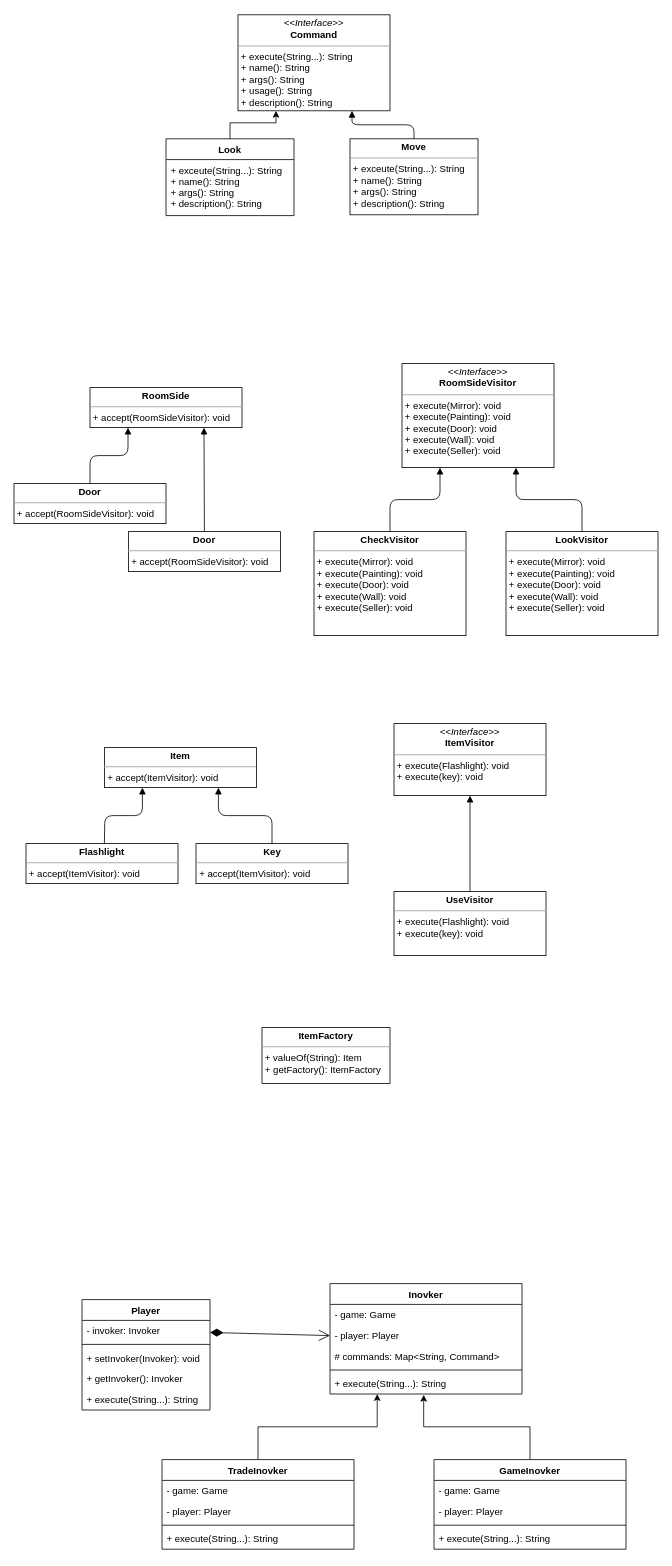
Above: Report/dp.drawio in MohammadShakhatreh/wn-server (draw.io), before the change. Source tidied: cells renumbered, new cells numbered last; positions are measured from the earlier drawing's top-left corner, leaving out a move shared by most shapes. Both pictures are drawn from the tidied source at 80%, with x=0, y=0 at pixel (14, 14).
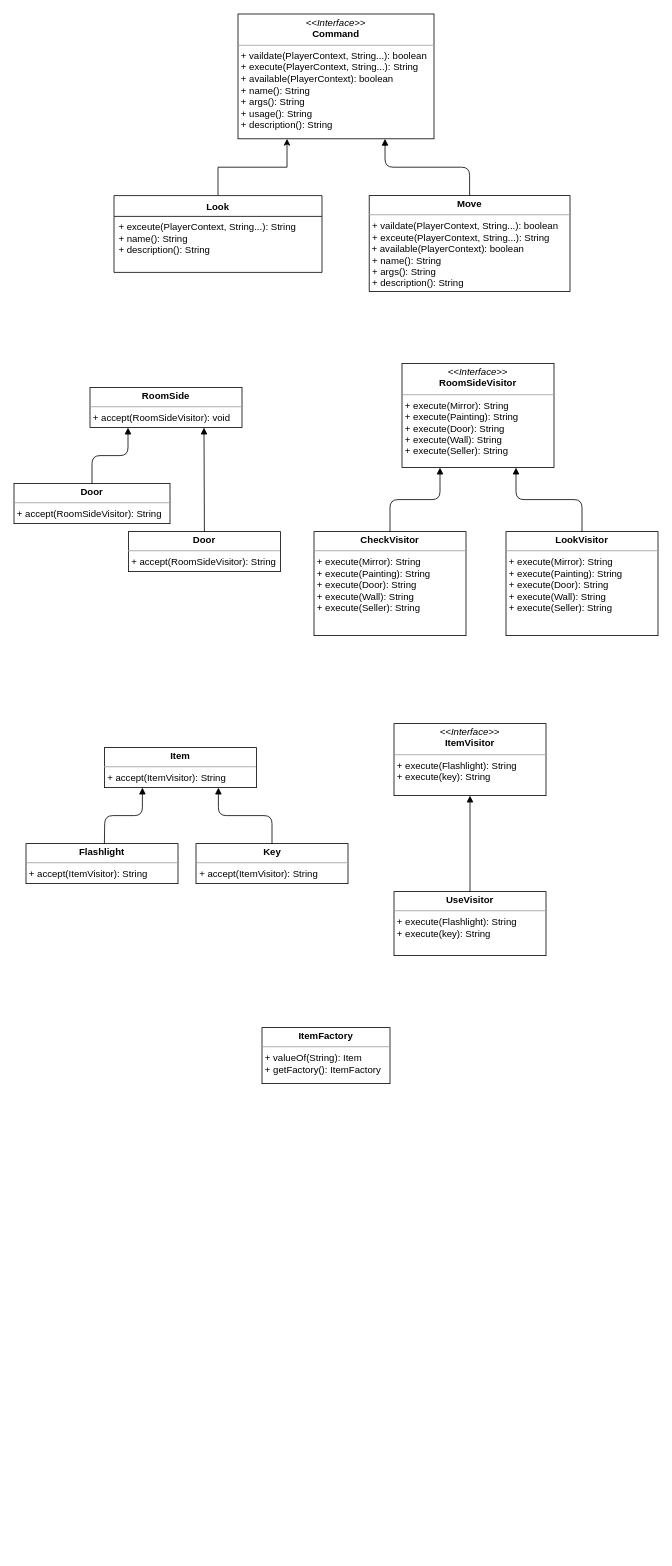
The same diagram, later.

The edit, as a diff of the source:
```diff
@@
-    <mxCell id="2" value="&lt;p style=&quot;margin: 0px ; margin-top: 4px ; text-align: center&quot;&gt;&lt;i&gt;&amp;lt;&amp;lt;Interface&amp;gt;&amp;gt;&lt;/i&gt;&lt;br&gt;&lt;b&gt;Command&lt;/b&gt;&lt;/p&gt;&lt;hr size=&quot;1&quot;&gt;&lt;p style=&quot;margin: 0px ; margin-left: 4px&quot;&gt;+ execute(String...): String&lt;br&gt;+ name(): String&lt;/p&gt;&lt;p style=&quot;margin: 0px ; margin-left: 4px&quot;&gt;+ args(): String&lt;br&gt;&lt;/p&gt;&lt;p style=&quot;margin: 0px ; margin-left: 4px&quot;&gt;+ usage(): String&lt;br&gt;&lt;/p&gt;&lt;p style=&quot;margin: 0px ; margin-left: 4px&quot;&gt;+ description(): String&lt;/p&gt;" style="verticalAlign=top;align=left;overflow=fill;fontSize=12;fontFamily=Helvetica;html=1;" parent="1" vertex="1">
-      <mxGeometry x="280" width="190" height="120" as="geometry" />
+    <mxCell id="2" value="&lt;p style=&quot;margin: 0px ; margin-top: 4px ; text-align: center&quot;&gt;&lt;i&gt;&amp;lt;&amp;lt;Interface&amp;gt;&amp;gt;&lt;/i&gt;&lt;br&gt;&lt;b&gt;Command&lt;/b&gt;&lt;/p&gt;&lt;hr size=&quot;1&quot;&gt;&lt;p style=&quot;margin: 0px ; margin-left: 4px&quot;&gt;+ vaildate(PlayerContext, String...): boolean&lt;/p&gt;&lt;p style=&quot;margin: 0px ; margin-left: 4px&quot;&gt;+ execute(PlayerContext, String...): String&lt;/p&gt;&lt;p style=&quot;margin: 0px ; margin-left: 4px&quot;&gt;+ available(PlayerContext): boolean&lt;br&gt;+ name(): String&lt;/p&gt;&lt;p style=&quot;margin: 0px ; margin-left: 4px&quot;&gt;+ args(): String&lt;br&gt;&lt;/p&gt;&lt;p style=&quot;margin: 0px ; margin-left: 4px&quot;&gt;+ usage(): String&lt;br&gt;&lt;/p&gt;&lt;p style=&quot;margin: 0px ; margin-left: 4px&quot;&gt;+ description(): String&lt;/p&gt;" style="verticalAlign=top;align=left;overflow=fill;fontSize=12;fontFamily=Helvetica;html=1;" parent="1" vertex="1">
+      <mxGeometry x="280" y="-1" width="245" height="156" as="geometry" />
     </mxCell>
-    <mxCell id="3" value="&lt;p style=&quot;margin: 0px ; margin-top: 4px ; text-align: center&quot;&gt;&lt;b&gt;Move&lt;/b&gt;&lt;/p&gt;&lt;hr size=&quot;1&quot;&gt;&lt;p style=&quot;margin: 0px ; margin-left: 4px&quot;&gt;+ exceute(String...): String&lt;/p&gt;&lt;p style=&quot;margin: 0px 0px 0px 4px&quot;&gt;+ name(): String&lt;/p&gt;&lt;p style=&quot;margin: 0px 0px 0px 4px&quot;&gt;+ args(): String&lt;/p&gt;&lt;p style=&quot;margin: 0px 0px 0px 4px&quot;&gt;+ description(): String&lt;/p&gt;" style="verticalAlign=top;align=left;overflow=fill;fontSize=12;fontFamily=Helvetica;html=1;" parent="1" vertex="1">
-      <mxGeometry x="420" y="155" width="160" height="95" as="geometry" />
+    <mxCell id="3" value="&lt;p style=&quot;margin: 0px ; margin-top: 4px ; text-align: center&quot;&gt;&lt;b&gt;Move&lt;/b&gt;&lt;/p&gt;&lt;hr size=&quot;1&quot;&gt;&lt;p style=&quot;margin: 0px ; margin-left: 4px&quot;&gt;+ vaildate(PlayerContext, String...): boolean&lt;br&gt;&lt;/p&gt;&lt;p style=&quot;margin: 0px ; margin-left: 4px&quot;&gt;+ exceute(PlayerContext, String...): String&lt;/p&gt;&amp;nbsp;+ available(PlayerContext): boolean&lt;p style=&quot;margin: 0px 0px 0px 4px&quot;&gt;+ name(): String&lt;/p&gt;&lt;p style=&quot;margin: 0px 0px 0px 4px&quot;&gt;+ args(): String&lt;/p&gt;&lt;p style=&quot;margin: 0px 0px 0px 4px&quot;&gt;+ description(): String&lt;/p&gt;" style="verticalAlign=top;align=left;overflow=fill;fontSize=12;fontFamily=Helvetica;html=1;" parent="1" vertex="1">
+      <mxGeometry x="444" y="226" width="251" height="120" as="geometry" />
     </mxCell>
@@
-    <mxCell id="7" value="&lt;p style=&quot;margin: 0px ; margin-top: 4px ; text-align: center&quot;&gt;&lt;i&gt;&amp;lt;&amp;lt;Interface&amp;gt;&amp;gt;&lt;/i&gt;&lt;br&gt;&lt;b&gt;RoomSideVisitor&lt;/b&gt;&lt;/p&gt;&lt;hr size=&quot;1&quot;&gt;&lt;p style=&quot;margin: 0px ; margin-left: 4px&quot;&gt;+ execute(Mirror): void&lt;/p&gt;&lt;p style=&quot;margin: 0px ; margin-left: 4px&quot;&gt;+ execute(Painting): void&lt;br&gt;&lt;/p&gt;&lt;p style=&quot;margin: 0px ; margin-left: 4px&quot;&gt;+ execute(Door): void&lt;br&gt;&lt;/p&gt;&lt;p style=&quot;margin: 0px ; margin-left: 4px&quot;&gt;+ execute(Wall): void&lt;br&gt;&lt;/p&gt;&lt;p style=&quot;margin: 0px ; margin-left: 4px&quot;&gt;+ execute(Seller): void&lt;br&gt;&lt;/p&gt;" style="verticalAlign=top;align=left;overflow=fill;fontSize=12;fontFamily=Helvetica;html=1;" parent="1" vertex="1">
+    <mxCell id="7" value="&lt;p style=&quot;margin: 0px ; margin-top: 4px ; text-align: center&quot;&gt;&lt;i&gt;&amp;lt;&amp;lt;Interface&amp;gt;&amp;gt;&lt;/i&gt;&lt;br&gt;&lt;b&gt;RoomSideVisitor&lt;/b&gt;&lt;/p&gt;&lt;hr size=&quot;1&quot;&gt;&lt;p style=&quot;margin: 0px ; margin-left: 4px&quot;&gt;+ execute(Mirror): String&lt;/p&gt;&lt;p style=&quot;margin: 0px ; margin-left: 4px&quot;&gt;+ execute(Painting): String&lt;br&gt;&lt;/p&gt;&lt;p style=&quot;margin: 0px ; margin-left: 4px&quot;&gt;+ execute(Door): String&lt;br&gt;&lt;/p&gt;&lt;p style=&quot;margin: 0px ; margin-left: 4px&quot;&gt;+ execute(Wall): String&lt;br&gt;&lt;/p&gt;&lt;p style=&quot;margin: 0px ; margin-left: 4px&quot;&gt;+ execute(Seller): String&lt;br&gt;&lt;/p&gt;" style="verticalAlign=top;align=left;overflow=fill;fontSize=12;fontFamily=Helvetica;html=1;" parent="1" vertex="1">
       <mxGeometry x="485" y="436" width="190" height="130" as="geometry" />
     </mxCell>
-    <mxCell id="8" value="&lt;p style=&quot;margin: 0px ; margin-top: 4px ; text-align: center&quot;&gt;&lt;b&gt;Door&lt;/b&gt;&lt;/p&gt;&lt;hr size=&quot;1&quot;&gt;&lt;p style=&quot;margin: 0px ; margin-left: 4px&quot;&gt;+ accept(RoomSideVisitor): void&lt;/p&gt;" style="verticalAlign=top;align=left;overflow=fill;fontSize=12;fontFamily=Helvetica;html=1;" parent="1" vertex="1">
-      <mxGeometry y="586" width="190" height="50" as="geometry" />
+    <mxCell id="8" value="&lt;p style=&quot;margin: 0px ; margin-top: 4px ; text-align: center&quot;&gt;&lt;b&gt;Door&lt;/b&gt;&lt;/p&gt;&lt;hr size=&quot;1&quot;&gt;&lt;p style=&quot;margin: 0px ; margin-left: 4px&quot;&gt;+ accept(RoomSideVisitor): String&lt;/p&gt;" style="verticalAlign=top;align=left;overflow=fill;fontSize=12;fontFamily=Helvetica;html=1;" parent="1" vertex="1">
+      <mxGeometry y="586" width="195" height="50" as="geometry" />
     </mxCell>
@@
-    <mxCell id="11" value="&lt;p style=&quot;margin: 0px ; margin-top: 4px ; text-align: center&quot;&gt;&lt;b&gt;Door&lt;/b&gt;&lt;/p&gt;&lt;hr size=&quot;1&quot;&gt;&lt;p style=&quot;margin: 0px ; margin-left: 4px&quot;&gt;+ accept(RoomSideVisitor): void&lt;/p&gt;" style="verticalAlign=top;align=left;overflow=fill;fontSize=12;fontFamily=Helvetica;html=1;" parent="1" vertex="1">
+    <mxCell id="11" value="&lt;p style=&quot;margin: 0px ; margin-top: 4px ; text-align: center&quot;&gt;&lt;b&gt;Door&lt;/b&gt;&lt;/p&gt;&lt;hr size=&quot;1&quot;&gt;&lt;p style=&quot;margin: 0px ; margin-left: 4px&quot;&gt;+ accept(RoomSideVisitor): String&lt;/p&gt;" style="verticalAlign=top;align=left;overflow=fill;fontSize=12;fontFamily=Helvetica;html=1;" parent="1" vertex="1">
       <mxGeometry x="143" y="646" width="190" height="50" as="geometry" />
     </mxCell>
@@
-    <mxCell id="14" value="&lt;p style=&quot;margin: 0px ; margin-top: 4px ; text-align: center&quot;&gt;&lt;b&gt;CheckVisitor&lt;/b&gt;&lt;/p&gt;&lt;hr size=&quot;1&quot;&gt;&lt;p style=&quot;margin: 0px ; margin-left: 4px&quot;&gt;+ execute(Mirror): void&lt;/p&gt;&lt;p style=&quot;margin: 0px ; margin-left: 4px&quot;&gt;+ execute(Painting): void&lt;br&gt;&lt;/p&gt;&lt;p style=&quot;margin: 0px ; margin-left: 4px&quot;&gt;+ execute(Door): void&lt;br&gt;&lt;/p&gt;&lt;p style=&quot;margin: 0px ; margin-left: 4px&quot;&gt;+ execute(Wall): void&lt;br&gt;&lt;/p&gt;&lt;p style=&quot;margin: 0px ; margin-left: 4px&quot;&gt;+ execute(Seller): void&lt;br&gt;&lt;/p&gt;" style="verticalAlign=top;align=left;overflow=fill;fontSize=12;fontFamily=Helvetica;html=1;" parent="1" vertex="1">
+    <mxCell id="14" value="&lt;p style=&quot;margin: 0px ; margin-top: 4px ; text-align: center&quot;&gt;&lt;b&gt;CheckVisitor&lt;/b&gt;&lt;/p&gt;&lt;hr size=&quot;1&quot;&gt;&lt;p style=&quot;margin: 0px 0px 0px 4px&quot;&gt;+ execute(Mirror): String&lt;/p&gt;&lt;p style=&quot;margin: 0px 0px 0px 4px&quot;&gt;+ execute(Painting): String&lt;br&gt;&lt;/p&gt;&lt;p style=&quot;margin: 0px 0px 0px 4px&quot;&gt;+ execute(Door): String&lt;br&gt;&lt;/p&gt;&lt;p style=&quot;margin: 0px 0px 0px 4px&quot;&gt;+ execute(Wall): String&lt;br&gt;&lt;/p&gt;&lt;p style=&quot;margin: 0px 0px 0px 4px&quot;&gt;+ execute(Seller): String&lt;/p&gt;" style="verticalAlign=top;align=left;overflow=fill;fontSize=12;fontFamily=Helvetica;html=1;" parent="1" vertex="1">
       <mxGeometry x="375" y="646" width="190" height="130" as="geometry" />
     </mxCell>
@@
-    <mxCell id="17" value="&lt;p style=&quot;margin: 0px ; margin-top: 4px ; text-align: center&quot;&gt;&lt;b&gt;LookVisitor&lt;/b&gt;&lt;/p&gt;&lt;hr size=&quot;1&quot;&gt;&lt;p style=&quot;margin: 0px ; margin-left: 4px&quot;&gt;+ execute(Mirror): void&lt;/p&gt;&lt;p style=&quot;margin: 0px ; margin-left: 4px&quot;&gt;+ execute(Painting): void&lt;br&gt;&lt;/p&gt;&lt;p style=&quot;margin: 0px ; margin-left: 4px&quot;&gt;+ execute(Door): void&lt;br&gt;&lt;/p&gt;&lt;p style=&quot;margin: 0px ; margin-left: 4px&quot;&gt;+ execute(Wall): void&lt;br&gt;&lt;/p&gt;&lt;p style=&quot;margin: 0px ; margin-left: 4px&quot;&gt;+ execute(Seller): void&lt;br&gt;&lt;/p&gt;" style="verticalAlign=top;align=left;overflow=fill;fontSize=12;fontFamily=Helvetica;html=1;" parent="1" vertex="1">
+    <mxCell id="17" value="&lt;p style=&quot;margin: 0px ; margin-top: 4px ; text-align: center&quot;&gt;&lt;b&gt;LookVisitor&lt;/b&gt;&lt;/p&gt;&lt;hr size=&quot;1&quot;&gt;&lt;p style=&quot;margin: 0px 0px 0px 4px&quot;&gt;+ execute(Mirror): String&lt;/p&gt;&lt;p style=&quot;margin: 0px 0px 0px 4px&quot;&gt;+ execute(Painting): String&lt;br&gt;&lt;/p&gt;&lt;p style=&quot;margin: 0px 0px 0px 4px&quot;&gt;+ execute(Door): String&lt;br&gt;&lt;/p&gt;&lt;p style=&quot;margin: 0px 0px 0px 4px&quot;&gt;+ execute(Wall): String&lt;br&gt;&lt;/p&gt;&lt;p style=&quot;margin: 0px 0px 0px 4px&quot;&gt;+ execute(Seller): String&lt;/p&gt;" style="verticalAlign=top;align=left;overflow=fill;fontSize=12;fontFamily=Helvetica;html=1;" parent="1" vertex="1">
       <mxGeometry x="615" y="646" width="190" height="130" as="geometry" />
     </mxCell>
@@
-    <mxCell id="20" value="Look" style="swimlane;fontStyle=1;align=center;verticalAlign=top;horizontal=1;startSize=26;" parent="1" vertex="1">
-      <mxGeometry x="190" y="155" width="160" height="96" as="geometry" />
-    </mxCell>
-    <mxCell id="21" value="+ exceute(String...): String&#10;+ name(): String&#10;+ args(): String&#10;+ description(): String" style="text;strokeColor=none;fillColor=none;align=left;verticalAlign=top;spacingLeft=4;spacingRight=4;overflow=hidden;" parent="20" vertex="1">
-      <mxGeometry y="26" width="160" height="70" as="geometry" />
-    </mxCell>
-    <mxCell id="22" value="&lt;p style=&quot;margin: 0px ; margin-top: 4px ; text-align: center&quot;&gt;&lt;b&gt;Item&lt;/b&gt;&lt;/p&gt;&lt;hr size=&quot;1&quot;&gt;&lt;p style=&quot;margin: 0px ; margin-left: 4px&quot;&gt;+ accept(ItemVisitor): void&lt;/p&gt;" style="verticalAlign=top;align=left;overflow=fill;fontSize=12;fontFamily=Helvetica;html=1;" parent="1" vertex="1">
+    <mxCell id="22" value="&lt;p style=&quot;margin: 0px ; margin-top: 4px ; text-align: center&quot;&gt;&lt;b&gt;Item&lt;/b&gt;&lt;/p&gt;&lt;hr size=&quot;1&quot;&gt;&lt;p style=&quot;margin: 0px ; margin-left: 4px&quot;&gt;+ accept(ItemVisitor): String&lt;/p&gt;" style="verticalAlign=top;align=left;overflow=fill;fontSize=12;fontFamily=Helvetica;html=1;" parent="1" vertex="1">
       <mxGeometry x="113" y="916" width="190" height="50" as="geometry" />
     </mxCell>
-    <mxCell id="23" value="&lt;p style=&quot;margin: 0px ; margin-top: 4px ; text-align: center&quot;&gt;&lt;i&gt;&amp;lt;&amp;lt;Interface&amp;gt;&amp;gt;&lt;/i&gt;&lt;br&gt;&lt;b&gt;ItemVisitor&lt;/b&gt;&lt;/p&gt;&lt;hr size=&quot;1&quot;&gt;&lt;p style=&quot;margin: 0px ; margin-left: 4px&quot;&gt;+ execute(Flashlight): void&lt;/p&gt;&lt;p style=&quot;margin: 0px ; margin-left: 4px&quot;&gt;+ execute(key): void&lt;/p&gt;" style="verticalAlign=top;align=left;overflow=fill;fontSize=12;fontFamily=Helvetica;html=1;" parent="1" vertex="1">
+    <mxCell id="23" value="&lt;p style=&quot;margin: 0px ; margin-top: 4px ; text-align: center&quot;&gt;&lt;i&gt;&amp;lt;&amp;lt;Interface&amp;gt;&amp;gt;&lt;/i&gt;&lt;br&gt;&lt;b&gt;ItemVisitor&lt;/b&gt;&lt;/p&gt;&lt;hr size=&quot;1&quot;&gt;&lt;p style=&quot;margin: 0px ; margin-left: 4px&quot;&gt;+ execute(Flashlight): String&lt;/p&gt;&lt;p style=&quot;margin: 0px ; margin-left: 4px&quot;&gt;+ execute(key): String&lt;/p&gt;" style="verticalAlign=top;align=left;overflow=fill;fontSize=12;fontFamily=Helvetica;html=1;" parent="1" vertex="1">
       <mxGeometry x="475" y="886" width="190" height="90" as="geometry" />
     </mxCell>
@@
+    <mxCell id="20" value="Look" style="swimlane;fontStyle=1;align=center;verticalAlign=top;horizontal=1;startSize=26;" parent="1" vertex="1">
+      <mxGeometry x="125" y="226" width="260" height="96" as="geometry" />
+    </mxCell>
+    <mxCell id="21" value="+ exceute(PlayerContext, String...): String&#10;+ name(): String&#10;+ description(): String" style="text;strokeColor=none;fillColor=none;align=left;verticalAlign=top;spacingLeft=4;spacingRight=4;overflow=hidden;" parent="20" vertex="1">
+      <mxGeometry y="26" width="260" height="70" as="geometry" />
+    </mxCell>
-    <mxCell id="25" value="&lt;p style=&quot;margin: 0px ; margin-top: 4px ; text-align: center&quot;&gt;&lt;b&gt;Flashlight&lt;/b&gt;&lt;/p&gt;&lt;hr size=&quot;1&quot;&gt;&lt;p style=&quot;margin: 0px ; margin-left: 4px&quot;&gt;+ accept(ItemVisitor): void&lt;/p&gt;" style="verticalAlign=top;align=left;overflow=fill;fontSize=12;fontFamily=Helvetica;html=1;" parent="1" vertex="1">
+    <mxCell id="25" value="&lt;p style=&quot;margin: 0px ; margin-top: 4px ; text-align: center&quot;&gt;&lt;b&gt;Flashlight&lt;/b&gt;&lt;/p&gt;&lt;hr size=&quot;1&quot;&gt;&lt;p style=&quot;margin: 0px ; margin-left: 4px&quot;&gt;+ accept(ItemVisitor): String&lt;/p&gt;" style="verticalAlign=top;align=left;overflow=fill;fontSize=12;fontFamily=Helvetica;html=1;" parent="1" vertex="1">
       <mxGeometry x="15" y="1036" width="190" height="50" as="geometry" />
     </mxCell>
@@
-    <mxCell id="28" value="&lt;p style=&quot;margin: 0px ; margin-top: 4px ; text-align: center&quot;&gt;&lt;b&gt;Key&lt;/b&gt;&lt;/p&gt;&lt;hr size=&quot;1&quot;&gt;&lt;p style=&quot;margin: 0px ; margin-left: 4px&quot;&gt;+ accept(ItemVisitor): void&lt;/p&gt;" style="verticalAlign=top;align=left;overflow=fill;fontSize=12;fontFamily=Helvetica;html=1;" parent="1" vertex="1">
+    <mxCell id="28" value="&lt;p style=&quot;margin: 0px ; margin-top: 4px ; text-align: center&quot;&gt;&lt;b&gt;Key&lt;/b&gt;&lt;/p&gt;&lt;hr size=&quot;1&quot;&gt;&lt;p style=&quot;margin: 0px ; margin-left: 4px&quot;&gt;+ accept(ItemVisitor): String&lt;/p&gt;" style="verticalAlign=top;align=left;overflow=fill;fontSize=12;fontFamily=Helvetica;html=1;" parent="1" vertex="1">
       <mxGeometry x="227.5" y="1036" width="190" height="50" as="geometry" />
     </mxCell>
-    <mxCell id="29" value="&lt;p style=&quot;margin: 0px ; margin-top: 4px ; text-align: center&quot;&gt;&lt;b&gt;UseVisitor&lt;/b&gt;&lt;/p&gt;&lt;hr size=&quot;1&quot;&gt;&lt;p style=&quot;margin: 0px 0px 0px 4px&quot;&gt;+ execute(Flashlight): void&lt;/p&gt;&lt;p style=&quot;margin: 0px 0px 0px 4px&quot;&gt;+ execute(key): void&lt;/p&gt;" style="verticalAlign=top;align=left;overflow=fill;fontSize=12;fontFamily=Helvetica;html=1;" parent="1" vertex="1">
+    <mxCell id="29" value="&lt;p style=&quot;margin: 0px ; margin-top: 4px ; text-align: center&quot;&gt;&lt;b&gt;UseVisitor&lt;/b&gt;&lt;/p&gt;&lt;hr size=&quot;1&quot;&gt;&lt;p style=&quot;margin: 0px 0px 0px 4px&quot;&gt;+ execute(Flashlight): String&lt;/p&gt;&lt;p style=&quot;margin: 0px 0px 0px 4px&quot;&gt;+ execute(key): String&lt;/p&gt;" style="verticalAlign=top;align=left;overflow=fill;fontSize=12;fontFamily=Helvetica;html=1;" parent="1" vertex="1">
       <mxGeometry x="475" y="1096" width="190" height="80" as="geometry" />
     </mxCell>
@@
-    <mxCell id="35" value="Inovker" style="swimlane;fontStyle=1;align=center;verticalAlign=top;horizontal=1;startSize=26;" parent="1" vertex="1">
-      <mxGeometry x="395" y="1586" width="240" height="138" as="geometry" />
-    </mxCell>
-    <mxCell id="36" value="- game: Game&#10;" style="text;strokeColor=none;fillColor=none;align=left;verticalAlign=top;spacingLeft=4;spacingRight=4;overflow=hidden;" parent="35" vertex="1">
-      <mxGeometry y="26" width="240" height="26" as="geometry" />
-    </mxCell>
-    <mxCell id="37" value="- player: Player" style="text;strokeColor=none;fillColor=none;align=left;verticalAlign=top;spacingLeft=4;spacingRight=4;overflow=hidden;points=[[0,0.5],[1,0.5]];portConstraint=eastwest;" parent="35" vertex="1">
-      <mxGeometry y="52" width="240" height="26" as="geometry" />
-    </mxCell>
-    <mxCell id="38" value="# commands: Map&lt;String, Command&gt;" style="text;strokeColor=none;fillColor=none;align=left;verticalAlign=top;spacingLeft=4;spacingRight=4;overflow=hidden;" parent="35" vertex="1">
-      <mxGeometry y="78" width="240" height="26" as="geometry" />
-    </mxCell>
-    <mxCell id="39" style="line;strokeWidth=1;fillColor=none;align=left;verticalAlign=middle;spacingTop=-1;spacingLeft=3;spacingRight=3;labelPosition=right;" parent="35" vertex="1">
-      <mxGeometry y="104" width="240" height="8" as="geometry" />
-    </mxCell>
-    <mxCell id="40" value="+ execute(String...): String" style="text;strokeColor=none;fillColor=none;align=left;verticalAlign=top;spacingLeft=4;spacingRight=4;overflow=hidden;points=[[0,0.5],[1,0.5]];portConstraint=eastwest;" parent="35" vertex="1">
-      <mxGeometry y="112" width="240" height="26" as="geometry" />
-    </mxCell>
-    <mxCell id="41" style="edgeStyle=orthogonalEdgeStyle;rounded=0;jettySize=auto;html=1;entryX=0.246;entryY=1;entryDx=0;entryDy=0;entryPerimeter=0;" parent="1" edge="1" source="42" target="40">
-      <mxGeometry relative="1" as="geometry" />
-    </mxCell>
-    <mxCell id="42" value="TradeInovker" style="swimlane;fontStyle=1;align=center;verticalAlign=top;horizontal=1;startSize=26;" parent="1" vertex="1">
-      <mxGeometry x="185" y="1806" width="240" height="112" as="geometry" />
-    </mxCell>
-    <mxCell id="43" value="- game: Game&#10;" style="text;strokeColor=none;fillColor=none;align=left;verticalAlign=top;spacingLeft=4;spacingRight=4;overflow=hidden;" parent="42" vertex="1">
-      <mxGeometry y="26" width="240" height="26" as="geometry" />
-    </mxCell>
-    <mxCell id="44" value="- player: Player" style="text;strokeColor=none;fillColor=none;align=left;verticalAlign=top;spacingLeft=4;spacingRight=4;overflow=hidden;" parent="42" vertex="1">
-      <mxGeometry y="52" width="240" height="26" as="geometry" />
-    </mxCell>
-    <mxCell id="45" style="line;strokeWidth=1;fillColor=none;align=left;verticalAlign=middle;spacingTop=-1;spacingLeft=3;spacingRight=3;labelPosition=right;" parent="42" vertex="1">
-      <mxGeometry y="78" width="240" height="8" as="geometry" />
-    </mxCell>
-    <mxCell id="46" value="+ execute(String...): String" style="text;strokeColor=none;fillColor=none;align=left;verticalAlign=top;spacingLeft=4;spacingRight=4;overflow=hidden;" parent="42" vertex="1">
-      <mxGeometry y="86" width="240" height="26" as="geometry" />
-    </mxCell>
-    <mxCell id="47" style="edgeStyle=orthogonalEdgeStyle;rounded=0;jettySize=auto;html=1;entryX=0.488;entryY=1.038;entryDx=0;entryDy=0;entryPerimeter=0;" parent="1" edge="1" source="48" target="40">
-      <mxGeometry relative="1" as="geometry" />
-    </mxCell>
-    <mxCell id="48" value="GameInovker" style="swimlane;fontStyle=1;align=center;verticalAlign=top;horizontal=1;startSize=26;" parent="1" vertex="1">
-      <mxGeometry x="525" y="1806" width="240" height="112" as="geometry" />
-    </mxCell>
-    <mxCell id="49" value="- game: Game&#10;" style="text;strokeColor=none;fillColor=none;align=left;verticalAlign=top;spacingLeft=4;spacingRight=4;overflow=hidden;" parent="48" vertex="1">
-      <mxGeometry y="26" width="240" height="26" as="geometry" />
-    </mxCell>
-    <mxCell id="50" value="- player: Player" style="text;strokeColor=none;fillColor=none;align=left;verticalAlign=top;spacingLeft=4;spacingRight=4;overflow=hidden;" parent="48" vertex="1">
-      <mxGeometry y="52" width="240" height="26" as="geometry" />
-    </mxCell>
-    <mxCell id="51" style="line;strokeWidth=1;fillColor=none;align=left;verticalAlign=middle;spacingTop=-1;spacingLeft=3;spacingRight=3;labelPosition=right;" parent="48" vertex="1">
-      <mxGeometry y="78" width="240" height="8" as="geometry" />
-    </mxCell>
-    <mxCell id="52" value="+ execute(String...): String" style="text;strokeColor=none;fillColor=none;align=left;verticalAlign=top;spacingLeft=4;spacingRight=4;overflow=hidden;" parent="48" vertex="1">
-      <mxGeometry y="86" width="240" height="26" as="geometry" />
-    </mxCell>
-    <mxCell id="53" style="endArrow=open;html=1;endSize=12;startArrow=diamondThin;startSize=14;startFill=1;align=left;verticalAlign=bottom;entryX=0;entryY=0.5;entryDx=0;entryDy=0;" parent="1" edge="1" source="55" target="37">
-      <mxGeometry x="-0.49" y="40" relative="1" as="geometry" />
-    </mxCell>
-    <mxCell id="54" value="Player" style="swimlane;fontStyle=1;align=center;verticalAlign=top;horizontal=1;startSize=26;" parent="1" vertex="1">
-      <mxGeometry x="85" y="1606" width="160" height="138" as="geometry" />
-    </mxCell>
-    <mxCell id="55" value="- invoker: Invoker" style="text;strokeColor=none;fillColor=none;align=left;verticalAlign=top;spacingLeft=4;spacingRight=4;overflow=hidden;points=[[0,0.5],[1,0.5]];portConstraint=eastwest;" parent="54" vertex="1">
-      <mxGeometry y="26" width="160" height="26" as="geometry" />
-    </mxCell>
-    <mxCell id="56" style="line;strokeWidth=1;fillColor=none;align=left;verticalAlign=middle;spacingTop=-1;spacingLeft=3;spacingRight=3;labelPosition=right;" parent="54" vertex="1">
-      <mxGeometry y="52" width="160" height="8" as="geometry" />
-    </mxCell>
-    <mxCell id="57" value="+ setInvoker(Invoker): void" style="text;strokeColor=none;fillColor=none;align=left;verticalAlign=top;spacingLeft=4;spacingRight=4;overflow=hidden;" parent="54" vertex="1">
-      <mxGeometry y="60" width="160" height="26" as="geometry" />
-    </mxCell>
-    <mxCell id="58" value="+ getInvoker(): Invoker&#10;" style="text;strokeColor=none;fillColor=none;align=left;verticalAlign=top;spacingLeft=4;spacingRight=4;overflow=hidden;" parent="54" vertex="1">
-      <mxGeometry y="86" width="160" height="26" as="geometry" />
-    </mxCell>
-    <mxCell id="59" value="+ execute(String...): String" style="text;strokeColor=none;fillColor=none;align=left;verticalAlign=top;spacingLeft=4;spacingRight=4;overflow=hidden;" parent="54" vertex="1">
-      <mxGeometry y="112" width="160" height="26" as="geometry" />
-    </mxCell>
```
